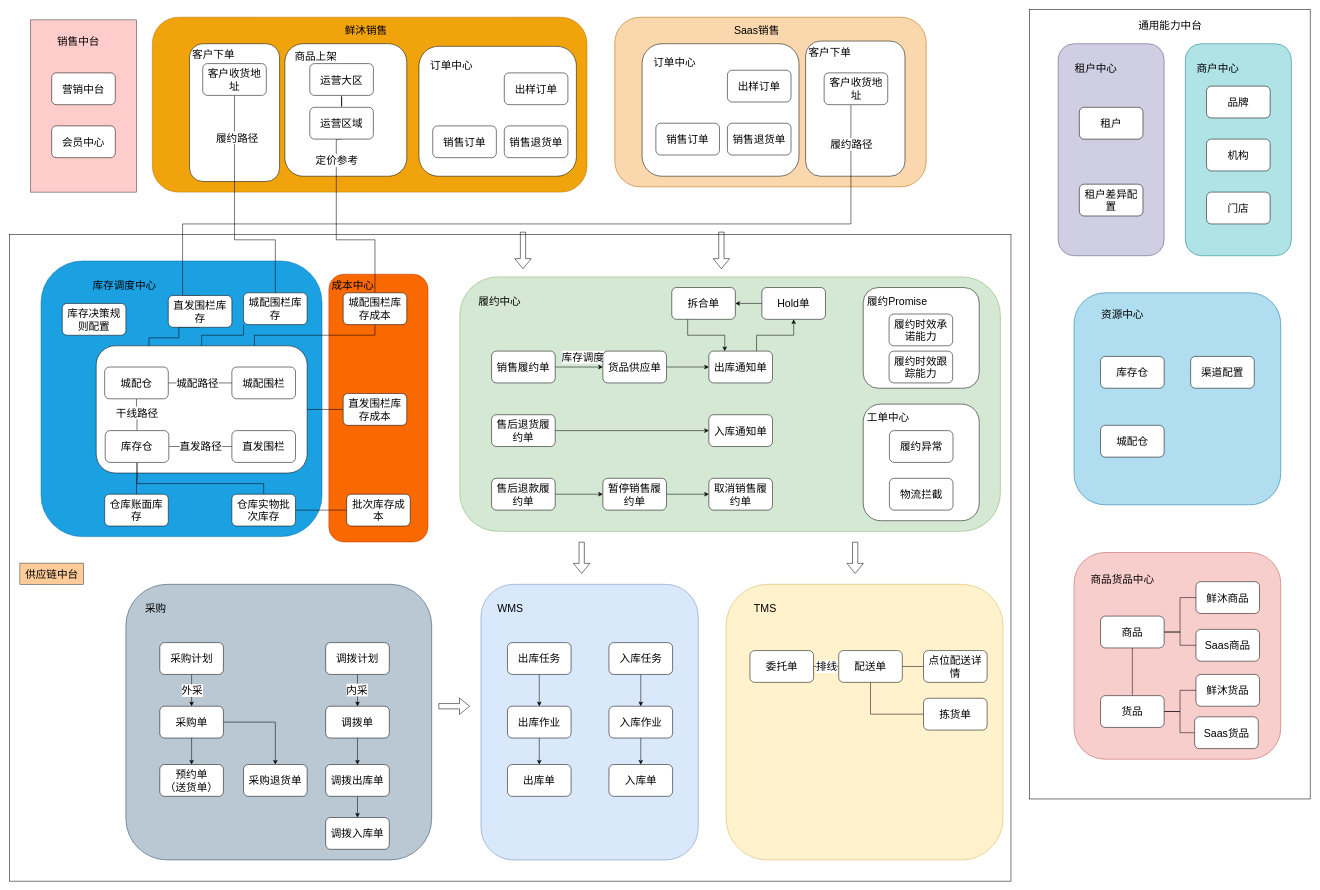
Before: draw.io/全渠道供应技术方案.drawio in zzqfsy/zzqfsy.github.io, a draw.io diagram. Source tidied: cells renumbered, new cells numbered last; positions are measured from the earlier drawing's top-left corner, leaving out a move shared by most shapes. Both pictures are drawn from the tidied source at 53%, with x=0, y=0 at pixel (9, 9).
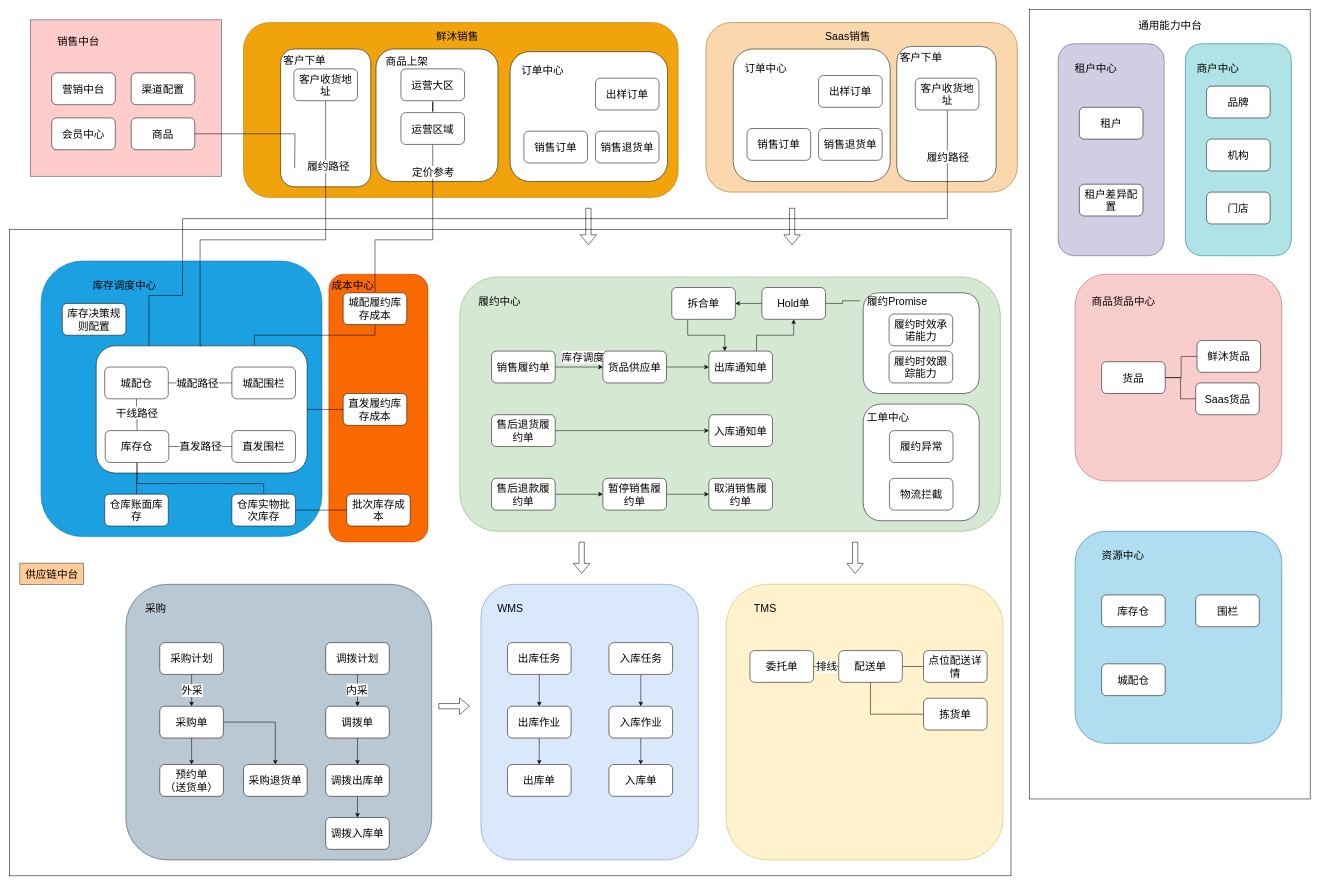
Above is the later version.

Commit message:
更新全渠道供应技术方案.drawio

The change refers to these unchanged cells:
```xml
<mxCell id="19" style="rounded=1;whiteSpace=wrap;html=1;fontSize=20;" parent="1" vertex="1">
  <mxGeometry x="164" y="635" width="398" height="240" as="geometry" />
</mxCell>
<mxCell id="33" value="Hold单" style="rounded=1;whiteSpace=wrap;html=1;fontSize=20;" parent="1" vertex="1">
  <mxGeometry x="1420" y="525" width="120" height="60" as="geometry" />
</mxCell>
<mxCell id="154" value="履约Promise" style="text;html=1;align=center;verticalAlign=middle;points=[];strokeColor=none;fillColor=none;fontSize=20;" parent="1" vertex="1">
  <mxGeometry x="1605" y="530" width="140" height="40" as="geometry" />
</mxCell>
```

Diff of the diagram source:
```diff
@@
     <mxCell id="2" style="whiteSpace=wrap;html=1;fontSize=20;fillColor=#ffcccc;strokeColor=#36393d;" parent="1" vertex="1">
-      <mxGeometry x="40" y="20" width="200" height="325" as="geometry" />
+      <mxGeometry x="40" y="20" width="360" height="295" as="geometry" />
     </mxCell>
     <mxCell id="3" style="rounded=0;whiteSpace=wrap;html=1;fontSize=20;" parent="1" vertex="1">
-      <mxGeometry y="425" width="1890" height="1220" as="geometry" />
+      <mxGeometry y="415" width="1890" height="1220" as="geometry" />
     </mxCell>
@@
     <mxCell id="7" style="rounded=1;whiteSpace=wrap;html=1;fontSize=20;" parent="1" vertex="1">
-      <mxGeometry x="1611.2" y="525" width="218.8" height="190" as="geometry" />
+      <mxGeometry x="1611.2" y="535" width="218.8" height="190" as="geometry" />
     </mxCell>
@@
     <mxCell id="9" style="rounded=1;whiteSpace=wrap;html=1;fillColor=#fad7ac;strokeColor=#b46504;fontSize=20;" parent="1" vertex="1">
-      <mxGeometry x="1142.5" y="15" width="587.5" height="320" as="geometry" />
+      <mxGeometry x="1314.5" y="25" width="587.5" height="320" as="geometry" />
     </mxCell>
     <mxCell id="10" style="rounded=1;whiteSpace=wrap;html=1;fontSize=20;" parent="1" vertex="1">
-      <mxGeometry x="1502.5" y="60" width="187.5" height="255" as="geometry" />
+      <mxGeometry x="1674.5" y="70" width="187.5" height="255" as="geometry" />
     </mxCell>
     <mxCell id="11" style="rounded=1;whiteSpace=wrap;html=1;fillColor=#f0a30a;fontColor=#000000;strokeColor=#BD7000;fontSize=20;" parent="1" vertex="1">
-      <mxGeometry x="270" y="15" width="820" height="330" as="geometry" />
+      <mxGeometry x="442" y="25" width="820" height="330" as="geometry" />
     </mxCell>
     <mxCell id="12" style="rounded=1;whiteSpace=wrap;html=1;fontSize=20;" parent="1" vertex="1">
-      <mxGeometry x="340" y="65" width="170" height="260" as="geometry" />
+      <mxGeometry x="512" y="75" width="170" height="260" as="geometry" />
     </mxCell>
     <mxCell id="13" style="rounded=1;whiteSpace=wrap;html=1;fontSize=20;" parent="1" vertex="1">
-      <mxGeometry x="1194" y="65" width="296" height="250" as="geometry" />
+      <mxGeometry x="1366" y="75" width="296" height="250" as="geometry" />
     </mxCell>
     <mxCell id="14" style="rounded=1;whiteSpace=wrap;html=1;fontSize=20;" parent="1" vertex="1">
-      <mxGeometry x="520" y="65" width="230" height="250" as="geometry" />
+      <mxGeometry x="692" y="75" width="230" height="250" as="geometry" />
     </mxCell>
@@
     <mxCell id="21" style="rounded=1;whiteSpace=wrap;html=1;fillColor=#f8cecc;strokeColor=#b85450;fontSize=20;" parent="1" vertex="1">
-      <mxGeometry x="2009" y="1025" width="390" height="390" as="geometry" />
+      <mxGeometry x="2011" y="500" width="390" height="390" as="geometry" />
     </mxCell>
@@
-    <mxCell id="46" style="edgeStyle=orthogonalEdgeStyle;rounded=0;jettySize=auto;html=1;exitX=0.5;exitY=1;exitDx=0;exitDy=0;endArrow=none;endFill=0;fontSize=20;" parent="1" edge="1" source="49" target="52">
-      <mxGeometry relative="1" as="geometry" />
-    </mxCell>
-    <mxCell id="47" style="edgeStyle=orthogonalEdgeStyle;rounded=0;jettySize=auto;html=1;exitX=1;exitY=0.5;exitDx=0;exitDy=0;entryX=0;entryY=0.5;entryDx=0;entryDy=0;endArrow=none;endFill=0;fontSize=20;" parent="1" edge="1" source="49" target="87">
-      <mxGeometry relative="1" as="geometry" />
-    </mxCell>
-    <mxCell id="48" style="edgeStyle=orthogonalEdgeStyle;rounded=0;jettySize=auto;html=1;exitX=1;exitY=0.5;exitDx=0;exitDy=0;entryX=0;entryY=0.5;entryDx=0;entryDy=0;endArrow=none;endFill=0;fontSize=20;" parent="1" edge="1" source="49" target="88">
-      <mxGeometry relative="1" as="geometry" />
+    <mxCell id="48" style="edgeStyle=orthogonalEdgeStyle;rounded=0;jettySize=auto;html=1;exitX=1;exitY=0.5;exitDx=0;exitDy=0;entryX=0;entryY=0.5;entryDx=0;entryDy=0;endArrow=none;endFill=0;fontSize=20;" parent="1" edge="1" source="49">
+      <mxGeometry relative="1" as="geometry">
+        <mxPoint x="538.5" y="300" as="targetPoint" />
+      </mxGeometry>
     </mxCell>
     <mxCell id="49" value="商品" style="rounded=1;whiteSpace=wrap;html=1;fontSize=20;" parent="1" vertex="1">
-      <mxGeometry x="2059" y="1145" width="120" height="60" as="geometry" />
+      <mxGeometry x="230" y="205" width="120" height="60" as="geometry" />
     </mxCell>
@@
-    <mxCell id="51" style="edgeStyle=orthogonalEdgeStyle;rounded=0;jettySize=auto;html=1;exitX=1;exitY=0.5;exitDx=0;exitDy=0;endArrow=none;endFill=0;fontSize=20;" parent="1" edge="1" source="52" target="89">
+    <mxCell id="51" style="edgeStyle=orthogonalEdgeStyle;rounded=0;jettySize=auto;html=1;exitX=1;exitY=0.5;exitDx=0;exitDy=0;endArrow=none;endFill=0;fontSize=20;entryX=0;entryY=0.5;entryDx=0;entryDy=0;" parent="1" edge="1" source="52" target="89">
       <mxGeometry relative="1" as="geometry">
         <Array as="points">
-          <mxPoint x="2209" y="1325" />
-          <mxPoint x="2209" y="1365" />
+          <mxPoint x="2210" y="695" />
+          <mxPoint x="2210" y="735" />
         </Array>
       </mxGeometry>
     </mxCell>
     <mxCell id="52" value="货品" style="rounded=1;whiteSpace=wrap;html=1;fontSize=20;" parent="1" vertex="1">
-      <mxGeometry x="2059" y="1295" width="120" height="60" as="geometry" />
+      <mxGeometry x="2061" y="665" width="120" height="60" as="geometry" />
     </mxCell>
@@
     <mxCell id="56" value="销售订单" style="rounded=1;whiteSpace=wrap;html=1;fontSize=20;" parent="1" vertex="1">
-      <mxGeometry x="1220" y="215" width="120" height="60" as="geometry" />
+      <mxGeometry x="1392" y="225" width="120" height="60" as="geometry" />
     </mxCell>
     <mxCell id="57" value="Saas销售" style="text;html=1;align=center;verticalAlign=middle;strokeColor=none;fillColor=none;fontSize=20;" parent="1" vertex="1">
-      <mxGeometry x="1355" y="20" width="110" height="40" as="geometry" />
+      <mxGeometry x="1527" y="30" width="110" height="40" as="geometry" />
     </mxCell>
     <mxCell id="58" value="销售退货单" style="rounded=1;whiteSpace=wrap;html=1;fontSize=20;" parent="1" vertex="1">
-      <mxGeometry x="1355" y="215" width="120" height="60" as="geometry" />
+      <mxGeometry x="1527" y="225" width="120" height="60" as="geometry" />
     </mxCell>
     <mxCell id="59" value="出样订单" style="rounded=1;whiteSpace=wrap;html=1;fontSize=20;" parent="1" vertex="1">
-      <mxGeometry x="1355" y="115" width="120" height="60" as="geometry" />
+      <mxGeometry x="1527" y="125" width="120" height="60" as="geometry" />
     </mxCell>
     <mxCell id="60" value="商品货品中心" style="text;html=1;align=center;verticalAlign=middle;strokeColor=none;fillColor=none;fontSize=20;" parent="1" vertex="1">
-      <mxGeometry x="2029.5" y="1055" width="140" height="40" as="geometry" />
+      <mxGeometry x="2031.5" y="530" width="140" height="40" as="geometry" />
     </mxCell>
@@
     <mxCell id="72" value="运营大区" style="rounded=1;whiteSpace=wrap;html=1;fontSize=20;" parent="1" vertex="1">
-      <mxGeometry x="567" y="102.5" width="120" height="60" as="geometry" />
+      <mxGeometry x="739" y="112.5" width="120" height="60" as="geometry" />
     </mxCell>
     <mxCell id="73" style="edgeStyle=orthogonalEdgeStyle;rounded=0;jettySize=auto;html=1;exitX=0.5;exitY=1;exitDx=0;exitDy=0;endArrow=none;endFill=0;fontSize=20;" parent="1" edge="1" source="75" target="91">
       <mxGeometry relative="1" as="geometry">
         <Array as="points">
-          <mxPoint x="617" y="435" />
+          <mxPoint x="799" y="435" />
           <mxPoint x="690" y="435" />
         </Array>
       </mxGeometry>
     </mxCell>
@@
     <mxCell id="75" value="运营区域" style="rounded=1;whiteSpace=wrap;html=1;fontSize=20;" parent="1" vertex="1">
-      <mxGeometry x="567" y="185" width="120" height="60" as="geometry" />
+      <mxGeometry x="739" y="195" width="120" height="60" as="geometry" />
     </mxCell>
     <mxCell id="76" value="鲜沐销售" style="text;html=1;align=center;verticalAlign=middle;strokeColor=none;fillColor=none;fontSize=20;" parent="1" vertex="1">
-      <mxGeometry x="623" y="20" width="100" height="40" as="geometry" />
+      <mxGeometry x="795" y="30" width="100" height="40" as="geometry" />
     </mxCell>
@@
-    <mxCell id="87" value="鲜沐商品" style="rounded=1;whiteSpace=wrap;html=1;fontSize=20;" parent="1" vertex="1">
-      <mxGeometry x="2239" y="1080" width="120" height="60" as="geometry" />
-    </mxCell>
-    <mxCell id="88" value="Saas商品" style="rounded=1;whiteSpace=wrap;html=1;fontSize=20;" parent="1" vertex="1">
-      <mxGeometry x="2239" y="1170" width="120" height="60" as="geometry" />
-    </mxCell>
     <mxCell id="89" value="Saas货品" style="rounded=1;whiteSpace=wrap;html=1;fontSize=20;" parent="1" vertex="1">
-      <mxGeometry x="2236.5" y="1335" width="120" height="60" as="geometry" />
+      <mxGeometry x="2238.5" y="705" width="120" height="60" as="geometry" />
     </mxCell>
     <mxCell id="90" value="鲜沐货品" style="rounded=1;whiteSpace=wrap;html=1;fontSize=20;" parent="1" vertex="1">
-      <mxGeometry x="2239" y="1255" width="120" height="60" as="geometry" />
+      <mxGeometry x="2241" y="625" width="120" height="60" as="geometry" />
     </mxCell>
-    <mxCell id="91" value="城配围栏库存成本" style="rounded=1;whiteSpace=wrap;html=1;fontSize=20;" parent="1" vertex="1">
+    <mxCell id="91" value="城配履约库存成本" style="rounded=1;whiteSpace=wrap;html=1;fontSize=20;" parent="1" vertex="1">
       <mxGeometry x="630" y="535" width="120" height="60" as="geometry" />
     </mxCell>
@@
-    <mxCell id="93" style="edgeStyle=orthogonalEdgeStyle;rounded=0;jettySize=auto;html=1;exitX=0;exitY=1;exitDx=0;exitDy=0;endArrow=none;endFill=0;fontSize=20;" parent="1" edge="1" source="94" target="19">
-      <mxGeometry relative="1" as="geometry" />
-    </mxCell>
-    <mxCell id="94" value="城配围栏库存" style="rounded=1;whiteSpace=wrap;html=1;fontSize=20;" parent="1" vertex="1">
-      <mxGeometry x="442" y="535" width="120" height="60" as="geometry" />
-    </mxCell>
@@
-    <mxCell id="96" value="履约路径" style="edgeStyle=orthogonalEdgeStyle;rounded=0;jettySize=auto;html=1;exitX=0.5;exitY=1;exitDx=0;exitDy=0;endArrow=none;endFill=0;entryX=0.5;entryY=0;entryDx=0;entryDy=0;fontSize=20;" parent="1" edge="1" source="97" target="94">
+    <mxCell id="96" value="履约路径" style="edgeStyle=orthogonalEdgeStyle;rounded=0;jettySize=auto;html=1;exitX=0.5;exitY=1;exitDx=0;exitDy=0;endArrow=none;endFill=0;entryX=0.5;entryY=0;entryDx=0;entryDy=0;fontSize=20;" parent="1" edge="1" source="97" target="19">
       <mxGeometry x="-0.65" y="5" relative="1" as="geometry">
         <Array as="points">
-          <mxPoint x="425" y="435" />
-          <mxPoint x="502" y="435" />
+          <mxPoint x="597" y="435" />
+          <mxPoint x="360" y="435" />
+          <mxPoint x="360" y="635" />
         </Array>
       </mxGeometry>
     </mxCell>
     <mxCell id="97" value="客户收货地址" style="rounded=1;whiteSpace=wrap;html=1;fontSize=20;" parent="1" vertex="1">
-      <mxGeometry x="365" y="102.5" width="120" height="60" as="geometry" />
+      <mxGeometry x="537" y="112.5" width="120" height="60" as="geometry" />
     </mxCell>
@@
     <mxCell id="103" style="shape=flexArrow;endArrow=classic;html=1;rounded=0;fontSize=20;" parent="1" edge="1">
       <mxGeometry relative="1" as="geometry">
-        <mxPoint x="969.3" y="420" as="sourcePoint" />
-        <mxPoint x="969.3" y="490" as="targetPoint" />
+        <mxPoint x="1092.7" y="375" as="sourcePoint" />
+        <mxPoint x="1092.7" y="445" as="targetPoint" />
       </mxGeometry>
     </mxCell>
     <mxCell id="104" style="shape=flexArrow;endArrow=classic;html=1;rounded=0;fontSize=20;" parent="1" edge="1">
       <mxGeometry relative="1" as="geometry">
-        <mxPoint x="1343.6" y="420" as="sourcePoint" />
-        <mxPoint x="1343.6" y="490" as="targetPoint" />
+        <mxPoint x="1477" y="375" as="sourcePoint" />
+        <mxPoint x="1477" y="445" as="targetPoint" />
       </mxGeometry>
     </mxCell>
     <mxCell id="105" value="商品上架" style="text;html=1;align=center;verticalAlign=middle;strokeColor=none;fillColor=none;fontSize=20;" parent="1" vertex="1">
-      <mxGeometry x="528" y="67.5" width="100" height="40" as="geometry" />
+      <mxGeometry x="700" y="77.5" width="100" height="40" as="geometry" />
     </mxCell>
     <mxCell id="106" value="订单中心" style="text;html=1;align=center;verticalAlign=middle;strokeColor=none;fillColor=none;fontSize=20;" parent="1" vertex="1">
-      <mxGeometry x="1205" y="80" width="100" height="40" as="geometry" />
+      <mxGeometry x="1377" y="90" width="100" height="40" as="geometry" />
     </mxCell>
     <mxCell id="107" style="rounded=1;whiteSpace=wrap;html=1;fontSize=20;" parent="1" vertex="1">
-      <mxGeometry x="773" y="70" width="297" height="245" as="geometry" />
+      <mxGeometry x="945" y="80" width="297" height="245" as="geometry" />
     </mxCell>
     <mxCell id="108" value="销售订单" style="rounded=1;whiteSpace=wrap;html=1;fontSize=20;" parent="1" vertex="1">
-      <mxGeometry x="799" y="220" width="120" height="60" as="geometry" />
+      <mxGeometry x="971" y="230" width="120" height="60" as="geometry" />
     </mxCell>
     <mxCell id="109" value="销售退货单" style="rounded=1;whiteSpace=wrap;html=1;fontSize=20;" parent="1" vertex="1">
-      <mxGeometry x="934" y="220" width="120" height="60" as="geometry" />
+      <mxGeometry x="1106" y="230" width="120" height="60" as="geometry" />
     </mxCell>
     <mxCell id="110" value="出样订单" style="rounded=1;whiteSpace=wrap;html=1;fontSize=20;" parent="1" vertex="1">
-      <mxGeometry x="934" y="120" width="120" height="60" as="geometry" />
+      <mxGeometry x="1106" y="130" width="120" height="60" as="geometry" />
     </mxCell>
     <mxCell id="111" value="订单中心" style="text;html=1;align=center;verticalAlign=middle;strokeColor=none;fillColor=none;fontSize=20;" parent="1" vertex="1">
-      <mxGeometry x="784" y="85" width="100" height="40" as="geometry" />
+      <mxGeometry x="956" y="95" width="100" height="40" as="geometry" />
     </mxCell>
@@
-    <mxCell id="113" value="直发围栏库存成本" style="rounded=1;whiteSpace=wrap;html=1;fontSize=20;" parent="1" vertex="1">
+    <mxCell id="113" value="直发履约库存成本" style="rounded=1;whiteSpace=wrap;html=1;fontSize=20;" parent="1" vertex="1">
       <mxGeometry x="630" y="725" width="120" height="60" as="geometry" />
     </mxCell>
-    <mxCell id="114" style="edgeStyle=orthogonalEdgeStyle;rounded=0;jettySize=auto;html=1;exitX=0.5;exitY=1;exitDx=0;exitDy=0;entryX=0.25;entryY=0;entryDx=0;entryDy=0;endArrow=none;endFill=0;fontSize=20;" parent="1" edge="1" source="117" target="19">
-      <mxGeometry relative="1" as="geometry">
-        <Array as="points">
-          <mxPoint x="320" y="600" />
-          <mxPoint x="320" y="620" />
-          <mxPoint x="264" y="620" />
-        </Array>
-      </mxGeometry>
-    </mxCell>
-    <mxCell id="115" style="edgeStyle=orthogonalEdgeStyle;rounded=0;jettySize=auto;html=1;exitX=0.5;exitY=0;exitDx=0;exitDy=0;endArrow=none;endFill=0;fontSize=20;" parent="1" edge="1" source="117" target="118">
+    <mxCell id="115" style="edgeStyle=orthogonalEdgeStyle;rounded=0;jettySize=auto;html=1;exitX=0.25;exitY=0;exitDx=0;exitDy=0;endArrow=none;endFill=0;fontSize=20;" parent="1" edge="1" source="19" target="118">
       <mxGeometry relative="1" as="geometry">
         <Array as="points">
-          <mxPoint x="327" y="405" />
-          <mxPoint x="1588" y="405" />
+          <mxPoint x="264" y="540" />
+          <mxPoint x="327" y="540" />
+          <mxPoint x="327" y="395" />
+          <mxPoint x="1770" y="395" />
         </Array>
       </mxGeometry>
     </mxCell>
@@
-    <mxCell id="117" value="直发围栏库存" style="rounded=1;whiteSpace=wrap;html=1;fontSize=20;" parent="1" vertex="1">
-      <mxGeometry x="300" y="540" width="120" height="60" as="geometry" />
-    </mxCell>
     <mxCell id="118" value="客户收货地址" style="rounded=1;whiteSpace=wrap;html=1;fontSize=20;" parent="1" vertex="1">
-      <mxGeometry x="1537.5" y="120" width="120" height="60" as="geometry" />
+      <mxGeometry x="1709.5" y="130" width="120" height="60" as="geometry" />
     </mxCell>
@@
     <mxCell id="121" style="rounded=1;whiteSpace=wrap;html=1;fillColor=#b1ddf0;strokeColor=#10739e;fontSize=20;" parent="1" vertex="1">
-      <mxGeometry x="2009" y="535" width="390" height="400" as="geometry" />
+      <mxGeometry x="2011" y="985" width="390" height="400" as="geometry" />
     </mxCell>
     <mxCell id="122" value="资源中心" style="text;html=1;align=center;verticalAlign=middle;strokeColor=none;fillColor=none;fontSize=20;" parent="1" vertex="1">
-      <mxGeometry x="2049.5" y="555" width="100" height="40" as="geometry" />
+      <mxGeometry x="2051" y="1010" width="100" height="40" as="geometry" />
     </mxCell>
     <mxCell id="123" value="库存仓" style="rounded=1;whiteSpace=wrap;html=1;fontSize=20;" parent="1" vertex="1">
-      <mxGeometry x="2059" y="655" width="120" height="60" as="geometry" />
+      <mxGeometry x="2061" y="1105" width="120" height="60" as="geometry" />
     </mxCell>
     <mxCell id="124" value="城配仓" style="rounded=1;whiteSpace=wrap;html=1;fontSize=20;" parent="1" vertex="1">
-      <mxGeometry x="2059" y="785" width="120" height="60" as="geometry" />
+      <mxGeometry x="2061" y="1235" width="120" height="60" as="geometry" />
     </mxCell>
@@
     <mxCell id="144" value="渠道配置" style="rounded=1;whiteSpace=wrap;html=1;fontSize=20;" parent="1" vertex="1">
-      <mxGeometry x="2229" y="655" width="120" height="60" as="geometry" />
+      <mxGeometry x="230" y="120" width="120" height="60" as="geometry" />
     </mxCell>
     <mxCell id="145" value="客户下单" style="text;html=1;align=center;verticalAlign=middle;strokeColor=none;fillColor=none;fontSize=20;" parent="1" vertex="1">
-      <mxGeometry x="335" y="65" width="100" height="40" as="geometry" />
+      <mxGeometry x="507" y="75" width="100" height="40" as="geometry" />
     </mxCell>
     <mxCell id="146" value="客户下单" style="text;html=1;align=center;verticalAlign=middle;strokeColor=none;fillColor=none;fontSize=20;" parent="1" vertex="1">
-      <mxGeometry x="1497.5" y="60" width="100" height="40" as="geometry" />
+      <mxGeometry x="1669.5" y="70" width="100" height="40" as="geometry" />
     </mxCell>
@@
+    <mxCell id="169" style="edgeStyle=orthogonalEdgeStyle;rounded=0;jettySize=auto;html=1;fontSize=20;endArrow=none;endFill=0;" parent="1" edge="1" source="154" target="33">
+      <mxGeometry relative="1" as="geometry" />
+    </mxCell>
@@
     <mxCell id="166" value="会员中心" style="rounded=1;whiteSpace=wrap;html=1;fontSize=20;" parent="1" vertex="1">
-      <mxGeometry x="80" y="220" width="120" height="60" as="geometry" />
+      <mxGeometry x="80" y="205" width="120" height="60" as="geometry" />
     </mxCell>
@@
+    <mxCell id="170" value="围栏" style="rounded=1;whiteSpace=wrap;html=1;fontSize=20;" parent="1" vertex="1">
+      <mxGeometry x="2238.5" y="1105" width="120" height="60" as="geometry" />
+    </mxCell>
```
